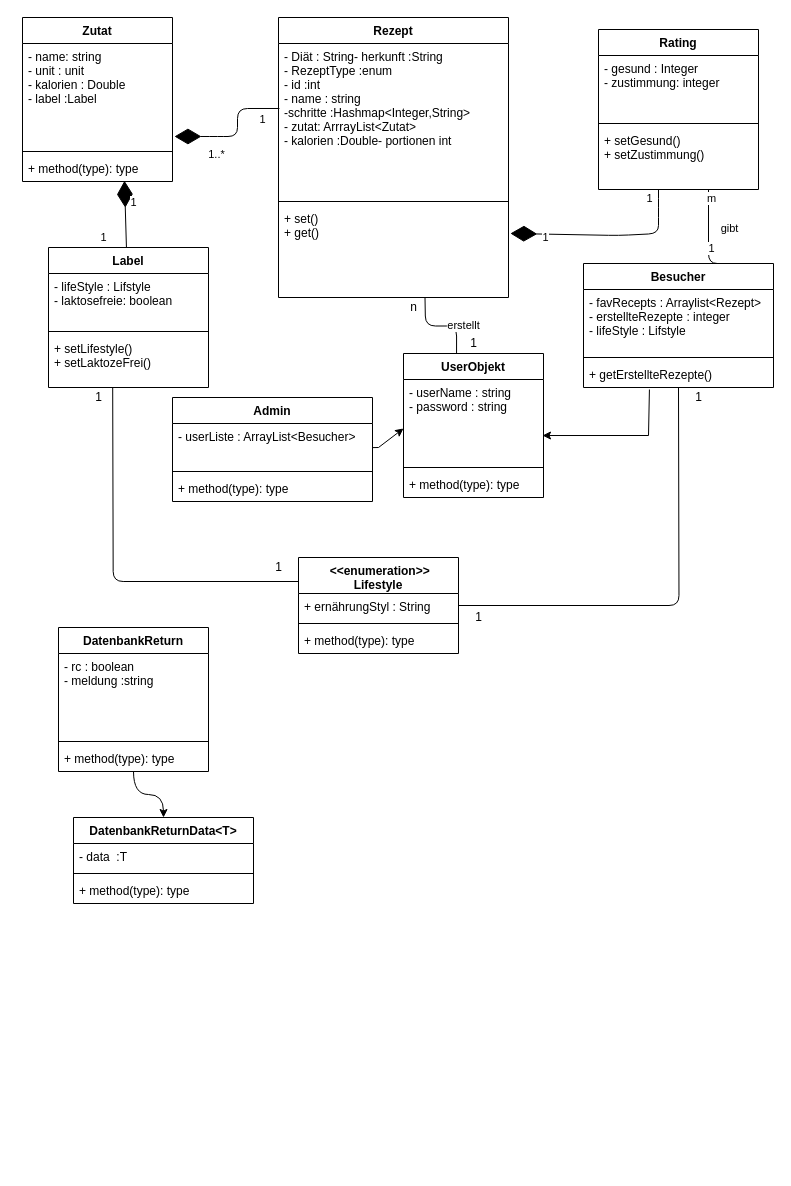
anas90zh/blog-test keeps this draw.io diagram as Untitled Diagram.drawio. Above is the earlier version. Source tidied: cells renumbered, new cells numbered last; positions are measured from the earlier drawing's top-left corner, leaving out a move shared by most shapes. Both pictures are drawn from the tidied source at 100%, with x=0, y=0 at pixel (22, 17).
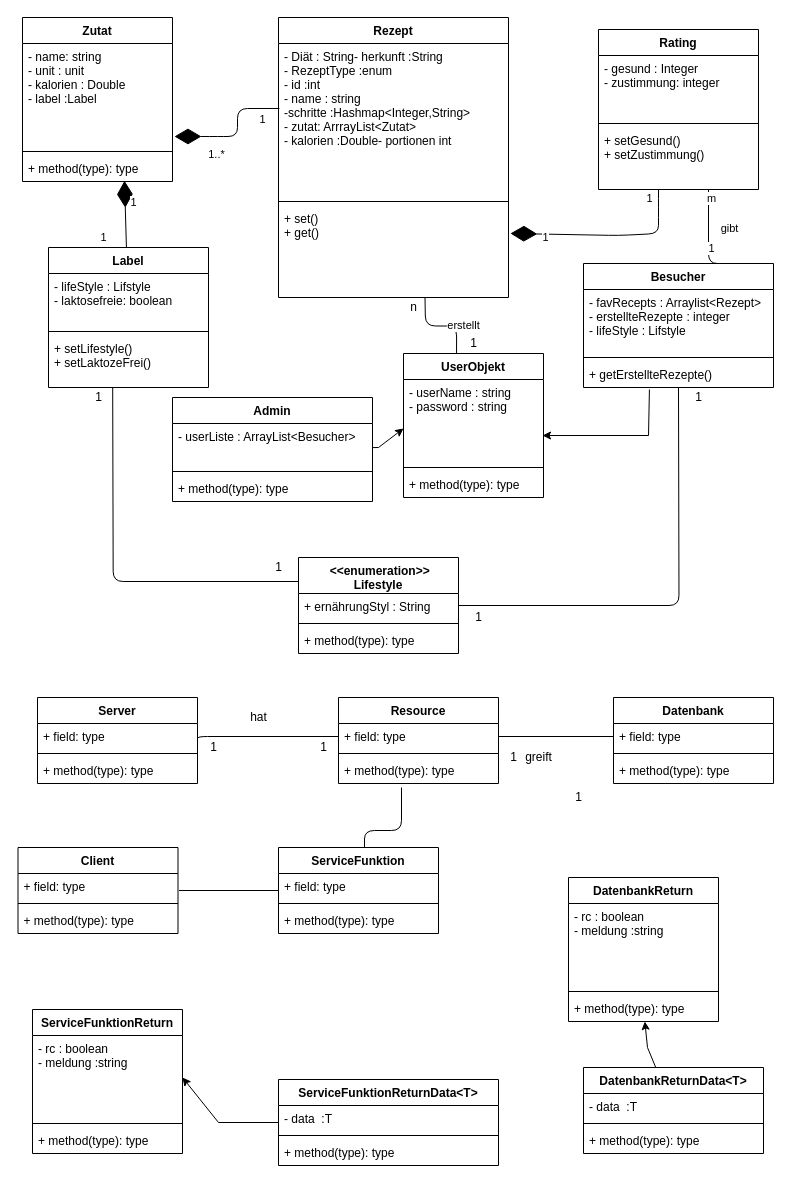
Above is the later version.

Unchanged cells that the change refers to:
```xml
<mxCell id="36" value="+ method(type): type" style="text;strokeColor=none;fillColor=none;align=left;verticalAlign=top;spacingLeft=4;spacingRight=4;overflow=hidden;points=[[0,0.5],[1,0.5]];portConstraint=eastwest;" parent="33" vertex="1">
  <mxGeometry y="118" width="150" height="26" as="geometry" />
</mxCell>
```

Diff of the diagram source:
```diff
@@
+    <mxCell id="68" style="edgeStyle=none;rounded=0;jettySize=auto;html=1;" parent="1" edge="1" source="28" target="36">
+      <mxGeometry relative="1" as="geometry">
+        <Array as="points">
+          <mxPoint x="625" y="1030" />
+        </Array>
+      </mxGeometry>
+    </mxCell>
     <mxCell id="28" value="DatenbankReturnData&lt;T&gt;" style="swimlane;fontStyle=1;align=center;verticalAlign=top;horizontal=1;startSize=26;" parent="1" vertex="1">
-      <mxGeometry x="51" y="800" width="180" height="86" as="geometry" />
+      <mxGeometry x="561" y="1050" width="180" height="86" as="geometry" />
     </mxCell>
@@
-    <mxCell id="32" style="edgeStyle=orthogonalEdgeStyle;rounded=0;jettySize=auto;html=1;entryX=0.5;entryY=0;entryDx=0;entryDy=0;curved=1;" parent="1" edge="1" source="33" target="28">
-      <mxGeometry relative="1" as="geometry" />
-    </mxCell>
     <mxCell id="33" value="DatenbankReturn" style="swimlane;fontStyle=1;align=center;verticalAlign=top;horizontal=1;startSize=26;" parent="1" vertex="1">
-      <mxGeometry x="36" y="610" width="150" height="144" as="geometry" />
+      <mxGeometry x="546" y="860" width="150" height="144" as="geometry" />
     </mxCell>
@@
+    <mxCell id="69" value="Datenbank" style="swimlane;fontStyle=1;align=center;verticalAlign=top;horizontal=1;startSize=26;" parent="1" vertex="1">
+      <mxGeometry x="591" y="680" width="160" height="86" as="geometry" />
+    </mxCell>
+    <mxCell id="70" value="+ field: type" style="text;strokeColor=none;fillColor=none;align=left;verticalAlign=top;spacingLeft=4;spacingRight=4;overflow=hidden;points=[[0,0.5],[1,0.5]];portConstraint=eastwest;" parent="69" vertex="1">
+      <mxGeometry y="26" width="160" height="26" as="geometry" />
+    </mxCell>
+    <mxCell id="71" style="line;strokeWidth=1;fillColor=none;align=left;verticalAlign=middle;spacingTop=-1;spacingLeft=3;spacingRight=3;labelPosition=right;" parent="69" vertex="1">
+      <mxGeometry y="52" width="160" height="8" as="geometry" />
+    </mxCell>
+    <mxCell id="72" value="+ method(type): type" style="text;strokeColor=none;fillColor=none;align=left;verticalAlign=top;spacingLeft=4;spacingRight=4;overflow=hidden;" parent="69" vertex="1">
+      <mxGeometry y="60" width="160" height="26" as="geometry" />
+    </mxCell>
+    <mxCell id="73" value="Resource" style="swimlane;fontStyle=1;align=center;verticalAlign=top;horizontal=1;startSize=26;" parent="1" vertex="1">
+      <mxGeometry x="316" y="680" width="160" height="86" as="geometry" />
+    </mxCell>
+    <mxCell id="74" value="+ field: type" style="text;strokeColor=none;fillColor=none;align=left;verticalAlign=top;spacingLeft=4;spacingRight=4;overflow=hidden;points=[[0,0.5],[1,0.5]];portConstraint=eastwest;" parent="73" vertex="1">
+      <mxGeometry y="26" width="160" height="26" as="geometry" />
+    </mxCell>
+    <mxCell id="75" style="line;strokeWidth=1;fillColor=none;align=left;verticalAlign=middle;spacingTop=-1;spacingLeft=3;spacingRight=3;labelPosition=right;" parent="73" vertex="1">
+      <mxGeometry y="52" width="160" height="8" as="geometry" />
+    </mxCell>
+    <mxCell id="76" value="+ method(type): type" style="text;strokeColor=none;fillColor=none;align=left;verticalAlign=top;spacingLeft=4;spacingRight=4;overflow=hidden;" parent="73" vertex="1">
+      <mxGeometry y="60" width="160" height="26" as="geometry" />
+    </mxCell>
+    <mxCell id="77" style="endArrow=none;html=1;edgeStyle=orthogonalEdgeStyle;exitX=1;exitY=0.5;exitDx=0;exitDy=0;entryX=0;entryY=0.5;entryDx=0;entryDy=0;" parent="1" edge="1" source="74" target="70">
+      <mxGeometry relative="1" as="geometry" />
+    </mxCell>
+    <mxCell id="78" value="Server" style="swimlane;fontStyle=1;align=center;verticalAlign=top;horizontal=1;startSize=26;" parent="1" vertex="1">
+      <mxGeometry x="15" y="680" width="160" height="86" as="geometry" />
+    </mxCell>
+    <mxCell id="79" value="+ field: type" style="text;strokeColor=none;fillColor=none;align=left;verticalAlign=top;spacingLeft=4;spacingRight=4;overflow=hidden;" parent="78" vertex="1">
+      <mxGeometry y="26" width="160" height="26" as="geometry" />
+    </mxCell>
+    <mxCell id="80" style="endArrow=none;html=1;edgeStyle=orthogonalEdgeStyle;entryX=0;entryY=0.5;entryDx=0;entryDy=0;" parent="78" edge="1" target="74">
+      <mxGeometry relative="1" as="geometry">
+        <mxPoint x="160" y="42.8" as="sourcePoint" />
+        <Array as="points">
+          <mxPoint x="160" y="39" />
+        </Array>
+      </mxGeometry>
+    </mxCell>
+    <mxCell id="81" style="line;strokeWidth=1;fillColor=none;align=left;verticalAlign=middle;spacingTop=-1;spacingLeft=3;spacingRight=3;labelPosition=right;" parent="78" vertex="1">
+      <mxGeometry y="52" width="160" height="8" as="geometry" />
+    </mxCell>
+    <mxCell id="82" value="+ method(type): type" style="text;strokeColor=none;fillColor=none;align=left;verticalAlign=top;spacingLeft=4;spacingRight=4;overflow=hidden;" parent="78" vertex="1">
+      <mxGeometry y="60" width="160" height="26" as="geometry" />
+    </mxCell>
+    <mxCell id="83" value="hat" style="text;html=1;align=center;verticalAlign=middle;" parent="1" vertex="1">
+      <mxGeometry x="221" y="690" width="30" height="20" as="geometry" />
+    </mxCell>
+    <mxCell id="84" value="1" style="text;html=1;align=center;verticalAlign=middle;" parent="1" vertex="1">
+      <mxGeometry x="181" y="720" width="20" height="20" as="geometry" />
+    </mxCell>
+    <mxCell id="85" value="1" style="text;html=1;align=center;verticalAlign=middle;" parent="1" vertex="1">
+      <mxGeometry x="291" y="720" width="20" height="20" as="geometry" />
+    </mxCell>
+    <mxCell id="86" value="1" style="text;html=1;align=center;verticalAlign=middle;" parent="1" vertex="1">
+      <mxGeometry x="481" y="730" width="20" height="20" as="geometry" />
+    </mxCell>
+    <mxCell id="87" value="1" style="text;html=1;align=center;verticalAlign=middle;" parent="1" vertex="1">
+      <mxGeometry x="546" y="770" width="20" height="20" as="geometry" />
+    </mxCell>
+    <mxCell id="88" style="edgeStyle=none;rounded=0;jettySize=auto;html=1;entryX=1;entryY=0.5;entryDx=0;entryDy=0;" parent="1" edge="1" source="89" target="94">
+      <mxGeometry relative="1" as="geometry">
+        <Array as="points">
+          <mxPoint x="196" y="1105" />
+        </Array>
+      </mxGeometry>
+    </mxCell>
+    <mxCell id="89" value="ServiceFunktionReturnData&lt;T&gt;" style="swimlane;fontStyle=1;align=center;verticalAlign=top;horizontal=1;startSize=26;" parent="1" vertex="1">
+      <mxGeometry x="256" y="1062" width="220" height="86" as="geometry" />
+    </mxCell>
+    <mxCell id="90" value="- data  :T" style="text;strokeColor=none;fillColor=none;align=left;verticalAlign=top;spacingLeft=4;spacingRight=4;overflow=hidden;" parent="89" vertex="1">
+      <mxGeometry y="26" width="220" height="26" as="geometry" />
+    </mxCell>
+    <mxCell id="91" style="line;strokeWidth=1;fillColor=none;align=left;verticalAlign=middle;spacingTop=-1;spacingLeft=3;spacingRight=3;labelPosition=right;" parent="89" vertex="1">
+      <mxGeometry y="52" width="220" height="8" as="geometry" />
+    </mxCell>
+    <mxCell id="92" value="+ method(type): type" style="text;strokeColor=none;fillColor=none;align=left;verticalAlign=top;spacingLeft=4;spacingRight=4;overflow=hidden;" parent="89" vertex="1">
+      <mxGeometry y="60" width="220" height="26" as="geometry" />
+    </mxCell>
+    <mxCell id="93" value="ServiceFunktionReturn" style="swimlane;fontStyle=1;align=center;verticalAlign=top;horizontal=1;startSize=26;" parent="1" vertex="1">
+      <mxGeometry x="10" y="992" width="150" height="144" as="geometry" />
+    </mxCell>
+    <mxCell id="94" value="- rc : boolean&#10;- meldung :string&#10;" style="text;strokeColor=none;fillColor=none;align=left;verticalAlign=top;spacingLeft=4;spacingRight=4;overflow=hidden;points=[[0,0.5],[1,0.5]];portConstraint=eastwest;" parent="93" vertex="1">
+      <mxGeometry y="26" width="150" height="84" as="geometry" />
+    </mxCell>
+    <mxCell id="95" style="line;strokeWidth=1;fillColor=none;align=left;verticalAlign=middle;spacingTop=-1;spacingLeft=3;spacingRight=3;labelPosition=right;" parent="93" vertex="1">
+      <mxGeometry y="110" width="150" height="8" as="geometry" />
+    </mxCell>
+    <mxCell id="96" value="+ method(type): type" style="text;strokeColor=none;fillColor=none;align=left;verticalAlign=top;spacingLeft=4;spacingRight=4;overflow=hidden;" parent="93" vertex="1">
+      <mxGeometry y="118" width="150" height="26" as="geometry" />
+    </mxCell>
+    <mxCell id="97" value="ServiceFunktion" style="swimlane;fontStyle=1;align=center;verticalAlign=top;horizontal=1;startSize=26;" parent="1" vertex="1">
+      <mxGeometry x="256" y="830" width="160" height="86" as="geometry" />
+    </mxCell>
+    <mxCell id="98" value="+ field: type" style="text;strokeColor=none;fillColor=none;align=left;verticalAlign=top;spacingLeft=4;spacingRight=4;overflow=hidden;" parent="97" vertex="1">
+      <mxGeometry y="26" width="160" height="26" as="geometry" />
+    </mxCell>
+    <mxCell id="99" style="line;strokeWidth=1;fillColor=none;align=left;verticalAlign=middle;spacingTop=-1;spacingLeft=3;spacingRight=3;labelPosition=right;" parent="97" vertex="1">
+      <mxGeometry y="52" width="160" height="8" as="geometry" />
+    </mxCell>
+    <mxCell id="100" value="+ method(type): type" style="text;strokeColor=none;fillColor=none;align=left;verticalAlign=top;spacingLeft=4;spacingRight=4;overflow=hidden;" parent="97" vertex="1">
+      <mxGeometry y="60" width="160" height="26" as="geometry" />
+    </mxCell>
+    <mxCell id="101" value="Client" style="swimlane;fontStyle=1;align=center;verticalAlign=top;horizontal=1;startSize=26;" parent="1" vertex="1">
+      <mxGeometry x="-4.5" y="830" width="160" height="86" as="geometry" />
+    </mxCell>
+    <mxCell id="102" value="+ field: type" style="text;strokeColor=none;fillColor=none;align=left;verticalAlign=top;spacingLeft=4;spacingRight=4;overflow=hidden;" parent="101" vertex="1">
+      <mxGeometry y="26" width="160" height="26" as="geometry" />
+    </mxCell>
+    <mxCell id="103" style="line;strokeWidth=1;fillColor=none;align=left;verticalAlign=middle;spacingTop=-1;spacingLeft=3;spacingRight=3;labelPosition=right;" parent="101" vertex="1">
+      <mxGeometry y="52" width="160" height="8" as="geometry" />
+    </mxCell>
+    <mxCell id="104" value="+ method(type): type" style="text;strokeColor=none;fillColor=none;align=left;verticalAlign=top;spacingLeft=4;spacingRight=4;overflow=hidden;" parent="101" vertex="1">
+      <mxGeometry y="60" width="160" height="26" as="geometry" />
+    </mxCell>
+    <mxCell id="105" value="greift" style="text;html=1;align=center;verticalAlign=middle;" parent="1" vertex="1">
+      <mxGeometry x="496" y="730" width="40" height="20" as="geometry" />
+    </mxCell>
+    <mxCell id="106" style="line;strokeWidth=1;fillColor=none;align=left;verticalAlign=middle;spacingTop=-1;spacingLeft=3;spacingRight=3;labelPosition=right;" parent="1" vertex="1">
+      <mxGeometry x="156.5" y="869" width="100" height="8" as="geometry" />
+    </mxCell>
+    <mxCell id="107" style="endArrow=none;html=1;edgeStyle=orthogonalEdgeStyle;" parent="1" edge="1" target="97">
+      <mxGeometry relative="1" as="geometry">
+        <mxPoint x="379" y="770" as="sourcePoint" />
+        <Array as="points">
+          <mxPoint x="379" y="813" />
+          <mxPoint x="342" y="813" />
+        </Array>
+      </mxGeometry>
+    </mxCell>
```
